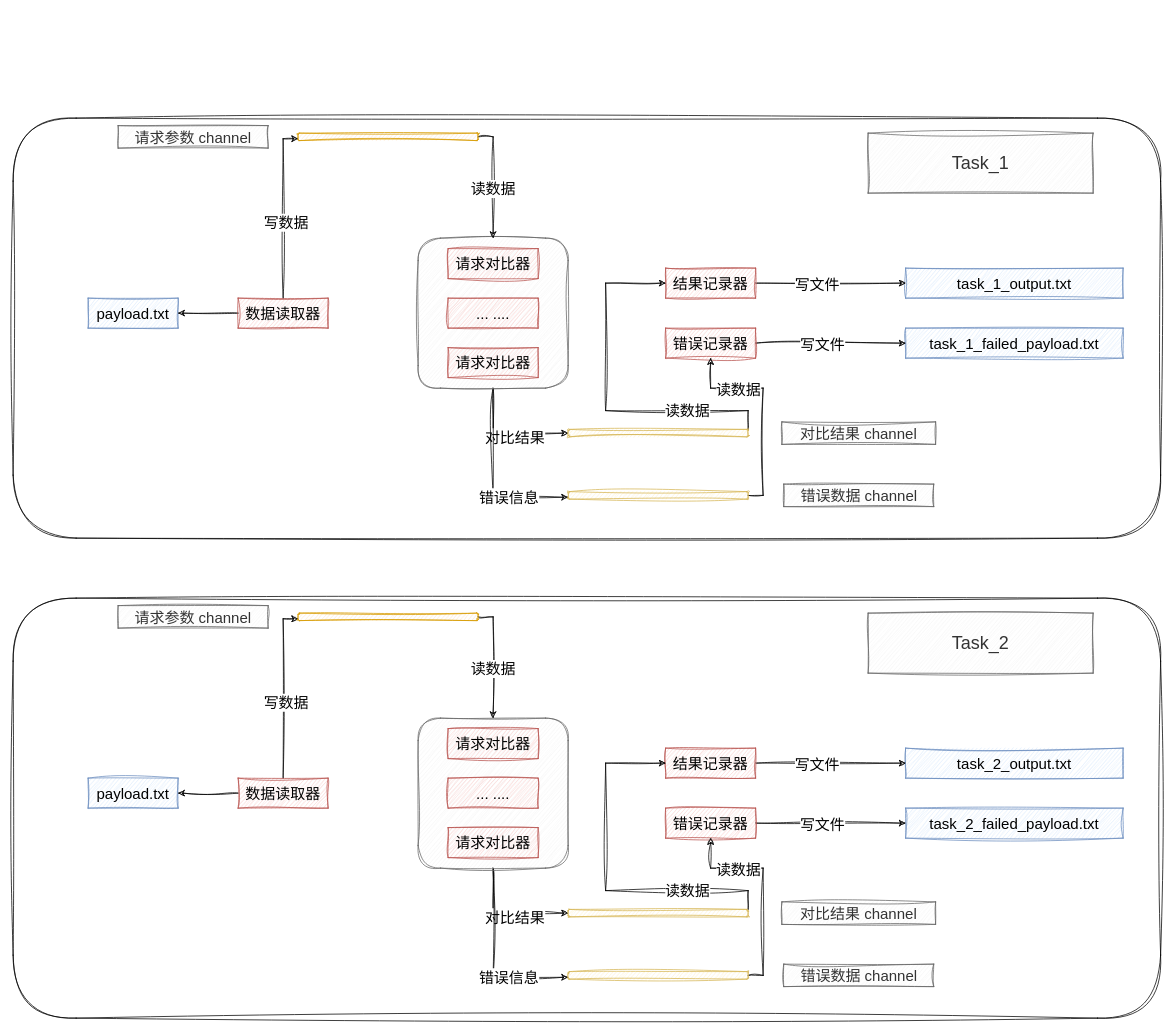
This is tools/http-diff.drawio from LanSeTianYe/draw, a draw.io file, before an edit. Source tidied: cells renumbered, new cells numbered last; positions are measured from the earlier drawing's top-left corner, leaving out a move shared by most shapes. Both pictures are drawn from the tidied source at 75%, with x=0, y=0 at pixel (13, 118).
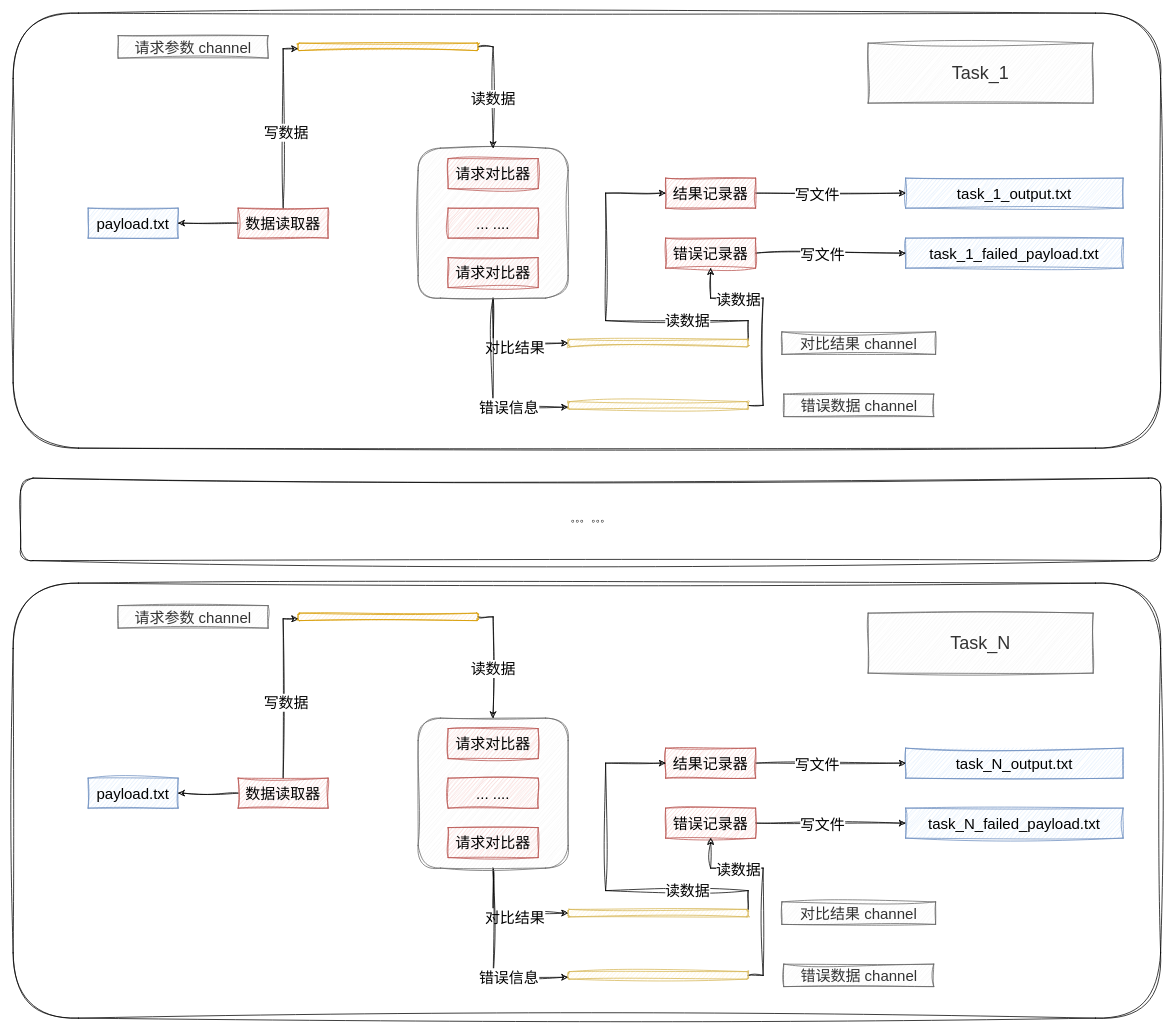
After the change.

What changed in the source:
```diff
@@
     <mxCell id="2" style="rounded=1;whiteSpace=wrap;html=1;sketch=1;curveFitting=1;jiggle=2;" parent="1" vertex="1">
-      <mxGeometry width="1530" height="560" as="geometry" />
+      <mxGeometry y="-140" width="1530" height="580" as="geometry" />
     </mxCell>
@@
     <mxCell id="7" style="rounded=1;whiteSpace=wrap;html=1;fillColor=#f5f5f5;fontColor=#333333;strokeColor=#666666;sketch=1;curveFitting=1;jiggle=2;" parent="1" vertex="1">
-      <mxGeometry x="540" y="160" width="200" height="200" as="geometry" />
+      <mxGeometry x="540" y="40" width="200" height="200" as="geometry" />
     </mxCell>
     <mxCell id="8" value="payload.txt" style="rounded=0;whiteSpace=wrap;html=1;fillColor=#dae8fc;strokeColor=#6c8ebf;fontSize=20;sketch=1;curveFitting=1;jiggle=2;" parent="1" vertex="1">
-      <mxGeometry x="100" y="240" width="120" height="40" as="geometry" />
+      <mxGeometry x="100" y="120" width="120" height="40" as="geometry" />
     </mxCell>
     <mxCell id="9" value="请求对比器" style="rounded=0;whiteSpace=wrap;html=1;fontSize=20;fillColor=#f8cecc;strokeColor=#b85450;sketch=1;curveFitting=1;jiggle=2;" parent="1" vertex="1">
-      <mxGeometry x="580" y="174" width="120" height="40" as="geometry" />
+      <mxGeometry x="580" y="54" width="120" height="40" as="geometry" />
     </mxCell>
     <mxCell id="10" value="task_1_output.txt" style="rounded=0;whiteSpace=wrap;html=1;fontSize=20;fillColor=#dae8fc;strokeColor=#6c8ebf;sketch=1;curveFitting=1;jiggle=2;" parent="1" vertex="1">
-      <mxGeometry x="1190" y="200" width="290" height="40" as="geometry" />
+      <mxGeometry x="1190" y="80" width="290" height="40" as="geometry" />
     </mxCell>
     <mxCell id="11" value="task_1_failed_payload.txt" style="rounded=0;whiteSpace=wrap;html=1;fontSize=20;fillColor=#dae8fc;strokeColor=#6c8ebf;sketch=1;curveFitting=1;jiggle=2;" parent="1" vertex="1">
-      <mxGeometry x="1190" y="280" width="290" height="40" as="geometry" />
+      <mxGeometry x="1190" y="160" width="290" height="40" as="geometry" />
     </mxCell>
     <mxCell id="12" value="请求对比器" style="rounded=0;whiteSpace=wrap;html=1;fontSize=20;fillColor=#f8cecc;strokeColor=#b85450;sketch=1;curveFitting=1;jiggle=2;" parent="1" vertex="1">
-      <mxGeometry x="580" y="306" width="120" height="40" as="geometry" />
+      <mxGeometry x="580" y="186" width="120" height="40" as="geometry" />
     </mxCell>
@@
     <mxCell id="16" value="数据读取器" style="rounded=0;whiteSpace=wrap;html=1;fillColor=#f8cecc;strokeColor=#b85450;fontSize=20;sketch=1;curveFitting=1;jiggle=2;" parent="1" vertex="1">
-      <mxGeometry x="300" y="240" width="120" height="40" as="geometry" />
+      <mxGeometry x="300" y="120" width="120" height="40" as="geometry" />
     </mxCell>
@@
     <mxCell id="19" value="结果记录器" style="rounded=0;whiteSpace=wrap;html=1;fontSize=20;fillColor=#f8cecc;strokeColor=#b85450;sketch=1;curveFitting=1;jiggle=2;" parent="1" vertex="1">
-      <mxGeometry x="870" y="200" width="120" height="40" as="geometry" />
+      <mxGeometry x="870" y="80" width="120" height="40" as="geometry" />
     </mxCell>
@@
     <mxCell id="22" value="错误记录器" style="rounded=0;whiteSpace=wrap;html=1;fontSize=20;fillColor=#f8cecc;strokeColor=#b85450;sketch=1;curveFitting=1;jiggle=2;" parent="1" vertex="1">
-      <mxGeometry x="870" y="280" width="120" height="40" as="geometry" />
+      <mxGeometry x="870" y="160" width="120" height="40" as="geometry" />
     </mxCell>
@@
     <mxCell id="25" style="rounded=1;whiteSpace=wrap;html=1;fillColor=#ffe6cc;strokeColor=#d79b00;sketch=1;curveFitting=1;jiggle=2;" parent="1" vertex="1">
-      <mxGeometry x="380" y="20" width="240" height="10" as="geometry" />
+      <mxGeometry x="380" y="-100" width="240" height="10" as="geometry" />
     </mxCell>
     <mxCell id="26" value="请求参数 channel" style="text;html=1;align=center;verticalAlign=middle;whiteSpace=wrap;rounded=0;fontSize=20;fillColor=#f5f5f5;strokeColor=#666666;fontColor=#333333;sketch=1;curveFitting=1;jiggle=2;" parent="1" vertex="1">
-      <mxGeometry x="140" y="10" width="200" height="30" as="geometry" />
+      <mxGeometry x="140" y="-110" width="200" height="30" as="geometry" />
     </mxCell>
     <mxCell id="27" value="... ...." style="rounded=0;whiteSpace=wrap;html=1;fontSize=20;fillColor=#f8cecc;strokeColor=#b85450;sketch=1;curveFitting=1;jiggle=2;" parent="1" vertex="1">
-      <mxGeometry x="580" y="240" width="120" height="40" as="geometry" />
+      <mxGeometry x="580" y="120" width="120" height="40" as="geometry" />
     </mxCell>
     <mxCell id="28" style="edgeStyle=orthogonalEdgeStyle;rounded=0;jettySize=auto;html=1;exitX=1;exitY=0;exitDx=0;exitDy=0;entryX=0;entryY=0.5;entryDx=0;entryDy=0;sketch=1;curveFitting=1;jiggle=2;" parent="1" edge="1" source="30" target="19">
       <mxGeometry relative="1" as="geometry">
         <Array as="points">
-          <mxPoint x="980" y="390" />
-          <mxPoint x="790" y="390" />
-          <mxPoint x="790" y="220" />
+          <mxPoint x="980" y="270" />
+          <mxPoint x="790" y="270" />
+          <mxPoint x="790" y="100" />
         </Array>
       </mxGeometry>
     </mxCell>
@@
     <mxCell id="30" style="rounded=1;whiteSpace=wrap;html=1;fillColor=#fff2cc;strokeColor=#d6b656;sketch=1;curveFitting=1;jiggle=2;" parent="1" vertex="1">
-      <mxGeometry x="740" y="415" width="240" height="10" as="geometry" />
+      <mxGeometry x="740" y="295" width="240" height="10" as="geometry" />
     </mxCell>
     <mxCell id="31" value="对比结果 channel" style="text;html=1;align=center;verticalAlign=middle;whiteSpace=wrap;rounded=0;fontSize=20;fillColor=#f5f5f5;fontColor=#333333;strokeColor=#666666;sketch=1;curveFitting=1;jiggle=2;" parent="1" vertex="1">
-      <mxGeometry x="1025" y="405" width="205" height="30" as="geometry" />
+      <mxGeometry x="1025" y="285" width="205" height="30" as="geometry" />
     </mxCell>
     <mxCell id="32" style="edgeStyle=orthogonalEdgeStyle;rounded=0;jettySize=auto;html=1;exitX=1;exitY=0.5;exitDx=0;exitDy=0;entryX=0.5;entryY=1;entryDx=0;entryDy=0;sketch=1;curveFitting=1;jiggle=2;" parent="1" edge="1" source="34" target="22">
       <mxGeometry relative="1" as="geometry">
         <Array as="points">
-          <mxPoint x="1000" y="503" />
-          <mxPoint x="1000" y="360" />
-          <mxPoint x="930" y="360" />
+          <mxPoint x="1000" y="383" />
+          <mxPoint x="1000" y="240" />
+          <mxPoint x="930" y="240" />
         </Array>
       </mxGeometry>
     </mxCell>
@@
     <mxCell id="34" style="rounded=1;whiteSpace=wrap;html=1;fillColor=#fff2cc;strokeColor=#d6b656;sketch=1;curveFitting=1;jiggle=2;" parent="1" vertex="1">
-      <mxGeometry x="740" y="498" width="240" height="10" as="geometry" />
+      <mxGeometry x="740" y="378" width="240" height="10" as="geometry" />
     </mxCell>
     <mxCell id="35" value="错误数据 channel" style="text;html=1;align=center;verticalAlign=middle;whiteSpace=wrap;rounded=0;fontSize=20;fillColor=#f5f5f5;fontColor=#333333;strokeColor=#666666;sketch=1;curveFitting=1;jiggle=2;" parent="1" vertex="1">
-      <mxGeometry x="1027.5" y="488" width="200" height="30" as="geometry" />
+      <mxGeometry x="1027.5" y="368" width="200" height="30" as="geometry" />
     </mxCell>
     <mxCell id="36" value="&lt;font style=&quot;font-size: 24px;&quot;&gt;Task_1&lt;/font&gt;" style="text;html=1;align=center;verticalAlign=middle;whiteSpace=wrap;rounded=0;fillColor=#f5f5f5;strokeColor=#666666;fontColor=#333333;sketch=1;curveFitting=1;jiggle=2;" parent="1" vertex="1">
-      <mxGeometry x="1140" y="20" width="300" height="80" as="geometry" />
+      <mxGeometry x="1140" y="-100" width="300" height="80" as="geometry" />
     </mxCell>
     <mxCell id="37" style="rounded=1;whiteSpace=wrap;html=1;sketch=1;curveFitting=1;jiggle=2;" parent="1" vertex="1">
-      <mxGeometry y="640" width="1530" height="560" as="geometry" />
+      <mxGeometry y="620" width="1530" height="580" as="geometry" />
     </mxCell>
@@
-    <mxCell id="45" value="task_2_output.txt" style="rounded=0;whiteSpace=wrap;html=1;fontSize=20;fillColor=#dae8fc;strokeColor=#6c8ebf;sketch=1;curveFitting=1;jiggle=2;" parent="1" vertex="1">
+    <mxCell id="45" value="task_N_output.txt" style="rounded=0;whiteSpace=wrap;html=1;fontSize=20;fillColor=#dae8fc;strokeColor=#6c8ebf;sketch=1;curveFitting=1;jiggle=2;" parent="1" vertex="1">
       <mxGeometry x="1190" y="840" width="290" height="40" as="geometry" />
     </mxCell>
-    <mxCell id="46" value="task_2_failed_payload.txt" style="rounded=0;whiteSpace=wrap;html=1;fontSize=20;fillColor=#dae8fc;strokeColor=#6c8ebf;sketch=1;curveFitting=1;jiggle=2;" parent="1" vertex="1">
+    <mxCell id="46" value="task_N_failed_payload.txt" style="rounded=0;whiteSpace=wrap;html=1;fontSize=20;fillColor=#dae8fc;strokeColor=#6c8ebf;sketch=1;curveFitting=1;jiggle=2;" parent="1" vertex="1">
       <mxGeometry x="1190" y="920" width="290" height="40" as="geometry" />
     </mxCell>
@@
-    <mxCell id="71" value="&lt;font style=&quot;font-size: 24px;&quot;&gt;Task_2&lt;/font&gt;" style="text;html=1;align=center;verticalAlign=middle;whiteSpace=wrap;rounded=0;fillColor=#f5f5f5;strokeColor=#666666;fontColor=#333333;sketch=1;curveFitting=1;jiggle=2;" parent="1" vertex="1">
+    <mxCell id="71" value="&lt;font style=&quot;font-size: 24px;&quot;&gt;Task_N&lt;/font&gt;" style="text;html=1;align=center;verticalAlign=middle;whiteSpace=wrap;rounded=0;fillColor=#f5f5f5;strokeColor=#666666;fontColor=#333333;sketch=1;curveFitting=1;jiggle=2;" parent="1" vertex="1">
       <mxGeometry x="1140" y="660" width="300" height="80" as="geometry" />
     </mxCell>
+    <mxCell id="72" value="。。。 。。。" style="rounded=1;whiteSpace=wrap;html=1;sketch=1;curveFitting=1;jiggle=2;" parent="1" vertex="1">
+      <mxGeometry x="10" y="480" width="1520" height="110" as="geometry" />
+    </mxCell>
```
